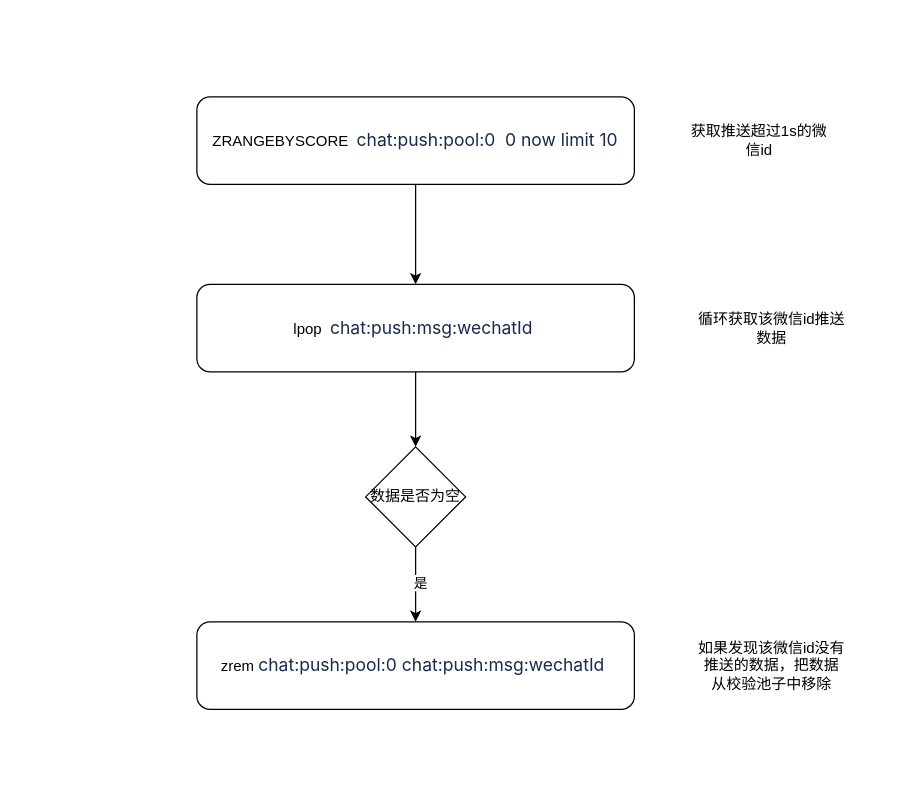
Earlier version of the draw.io diagram miyuan/推送数据Redis操作结构.drawio (smallleaf/draw.io). Source tidied: cells renumbered, new cells numbered last; positions are measured from the earlier drawing's top-left corner, leaving out a move shared by most shapes. Both pictures are drawn from the tidied source at 125%, with x=0, y=0 at pixel (196, 96).
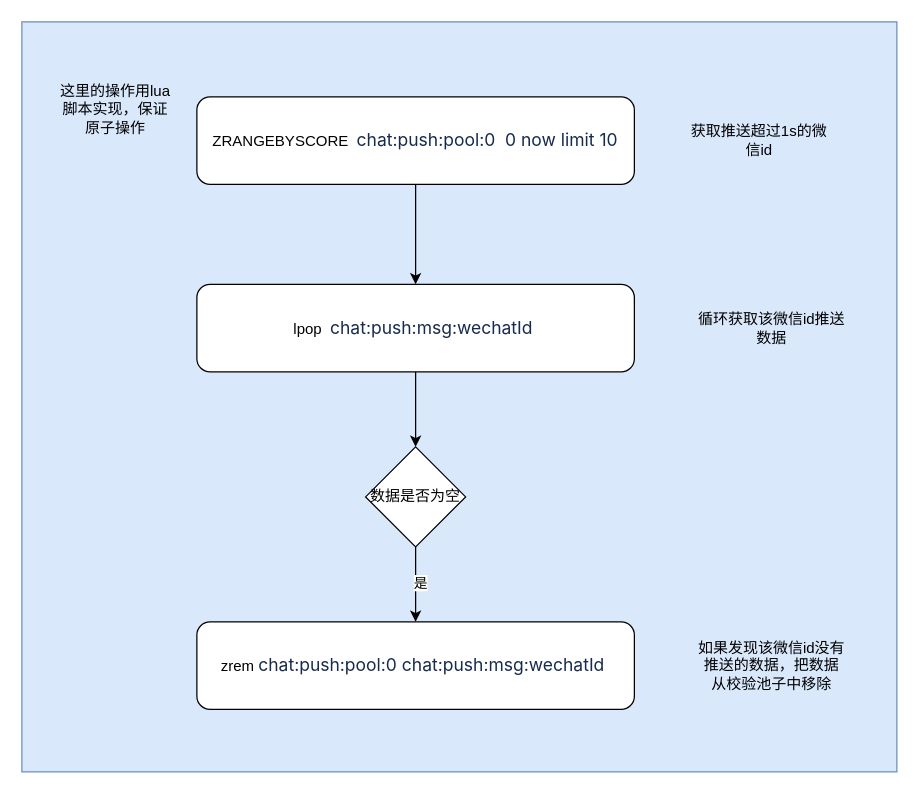
After the change.

Commit message (it also covers changes not shown here):
更新推送数据Redis操作结构.drawio

The edit, as a diff of the source:
```diff
@@
 <mxGraphModel>
   <root>
     <mxCell id="0" />
     <mxCell id="1" parent="0" />
+    <mxCell id="13" style="rounded=0;whiteSpace=wrap;html=1;fillColor=#dae8fc;strokeColor=#6c8ebf;" parent="1" vertex="1">
+      <mxGeometry x="-140" y="-60" width="700" height="600" as="geometry" />
+    </mxCell>
     <mxCell id="2" style="edgeStyle=orthogonalEdgeStyle;rounded=0;jettySize=auto;html=1;" parent="1" edge="1" source="3" target="6">
       <mxGeometry relative="1" as="geometry" />
     </mxCell>
     <mxCell id="3" value="ZRANGEBYSCORE&amp;nbsp;&amp;nbsp;&lt;span style=&quot;color: rgb(23, 43, 77); font-family: -apple-system, &amp;quot;system-ui&amp;quot;, &amp;quot;Segoe UI&amp;quot;, Roboto, Oxygen, Ubuntu, &amp;quot;Fira Sans&amp;quot;, &amp;quot;Droid Sans&amp;quot;, &amp;quot;Helvetica Neue&amp;quot;, sans-serif; font-size: 14px; text-align: start; background-color: rgb(255, 255, 255);&quot;&gt;chat:push:pool:0&amp;nbsp; 0 now limit 10&lt;/span&gt;" style="rounded=1;whiteSpace=wrap;html=1;" parent="1" vertex="1">
       <mxGeometry width="350" height="70" as="geometry" />
     </mxCell>
     <mxCell id="4" value="获取推送超过1s的微信id" style="text;html=1;align=center;verticalAlign=middle;whiteSpace=wrap;rounded=0;" parent="1" vertex="1">
       <mxGeometry x="390" y="10" width="120" height="50" as="geometry" />
     </mxCell>
     <mxCell id="5" style="edgeStyle=orthogonalEdgeStyle;rounded=0;jettySize=auto;html=1;exitX=0.5;exitY=1;exitDx=0;exitDy=0;entryX=0.5;entryY=0;entryDx=0;entryDy=0;" parent="1" edge="1" source="6" target="10">
       <mxGeometry relative="1" as="geometry" />
     </mxCell>
     <mxCell id="6" value="lpop&amp;nbsp;&amp;nbsp;&lt;span style=&quot;color: rgb(23, 43, 77); font-family: -apple-system, &amp;quot;system-ui&amp;quot;, &amp;quot;Segoe UI&amp;quot;, Roboto, Oxygen, Ubuntu, &amp;quot;Fira Sans&amp;quot;, &amp;quot;Droid Sans&amp;quot;, &amp;quot;Helvetica Neue&amp;quot;, sans-serif; font-size: 14px; text-align: left; background-color: rgb(255, 255, 255);&quot;&gt;chat:push:msg:wechatId&lt;/span&gt;&amp;nbsp;" style="rounded=1;whiteSpace=wrap;html=1;" parent="1" vertex="1">
       <mxGeometry y="150" width="350" height="70" as="geometry" />
     </mxCell>
     <mxCell id="7" value="循环获取该微信id推送数据" style="text;html=1;align=center;verticalAlign=middle;whiteSpace=wrap;rounded=0;" parent="1" vertex="1">
       <mxGeometry x="400" y="160" width="120" height="50" as="geometry" />
     </mxCell>
     <mxCell id="8" style="edgeStyle=orthogonalEdgeStyle;rounded=0;jettySize=auto;html=1;exitX=0.5;exitY=1;exitDx=0;exitDy=0;" parent="1" edge="1" source="10" target="11">
       <mxGeometry relative="1" as="geometry" />
     </mxCell>
     <mxCell id="9" value="是" style="edgeLabel;html=1;align=center;verticalAlign=middle;" parent="8" vertex="1">
       <mxGeometry x="-0.07" y="3" relative="1" as="geometry" />
     </mxCell>
     <mxCell id="10" value="数据是否为空" style="rhombus;whiteSpace=wrap;html=1;" parent="1" vertex="1">
       <mxGeometry x="135" y="280" width="80" height="80" as="geometry" />
     </mxCell>
     <mxCell id="11" value="zrem&amp;nbsp;&lt;span style=&quot;color: rgb(23, 43, 77); font-family: -apple-system, &amp;quot;system-ui&amp;quot;, &amp;quot;Segoe UI&amp;quot;, Roboto, Oxygen, Ubuntu, &amp;quot;Fira Sans&amp;quot;, &amp;quot;Droid Sans&amp;quot;, &amp;quot;Helvetica Neue&amp;quot;, sans-serif; font-size: 14px; text-align: start; background-color: rgb(255, 255, 255);&quot;&gt;chat:push:pool:0&amp;nbsp;&lt;/span&gt;&lt;span style=&quot;color: rgb(23, 43, 77); font-family: -apple-system, &amp;quot;system-ui&amp;quot;, &amp;quot;Segoe UI&amp;quot;, Roboto, Oxygen, Ubuntu, &amp;quot;Fira Sans&amp;quot;, &amp;quot;Droid Sans&amp;quot;, &amp;quot;Helvetica Neue&amp;quot;, sans-serif; font-size: 14px; text-align: left; background-color: rgb(255, 255, 255);&quot;&gt;chat:push:msg:wechatId&lt;/span&gt;&lt;span style=&quot;color: rgb(23, 43, 77); font-family: -apple-system, &amp;quot;system-ui&amp;quot;, &amp;quot;Segoe UI&amp;quot;, Roboto, Oxygen, Ubuntu, &amp;quot;Fira Sans&amp;quot;, &amp;quot;Droid Sans&amp;quot;, &amp;quot;Helvetica Neue&amp;quot;, sans-serif; font-size: 14px; text-align: start; background-color: rgb(255, 255, 255);&quot;&gt;&amp;nbsp;&lt;/span&gt;" style="rounded=1;whiteSpace=wrap;html=1;" parent="1" vertex="1">
       <mxGeometry y="420" width="350" height="70" as="geometry" />
     </mxCell>
     <mxCell id="12" value="如果发现该微信id没有推送的数据，把数据从校验池子中移除" style="text;html=1;align=center;verticalAlign=middle;whiteSpace=wrap;rounded=0;" parent="1" vertex="1">
       <mxGeometry x="400" y="430" width="120" height="50" as="geometry" />
     </mxCell>
+    <mxCell id="14" value="这里的操作用lua脚本实现，保证原子操作" style="text;html=1;align=center;verticalAlign=middle;whiteSpace=wrap;rounded=0;" parent="1" vertex="1">
+      <mxGeometry x="-110" y="-20" width="90" height="60" as="geometry" />
+    </mxCell>
   </root>
 </mxGraphModel>
```
